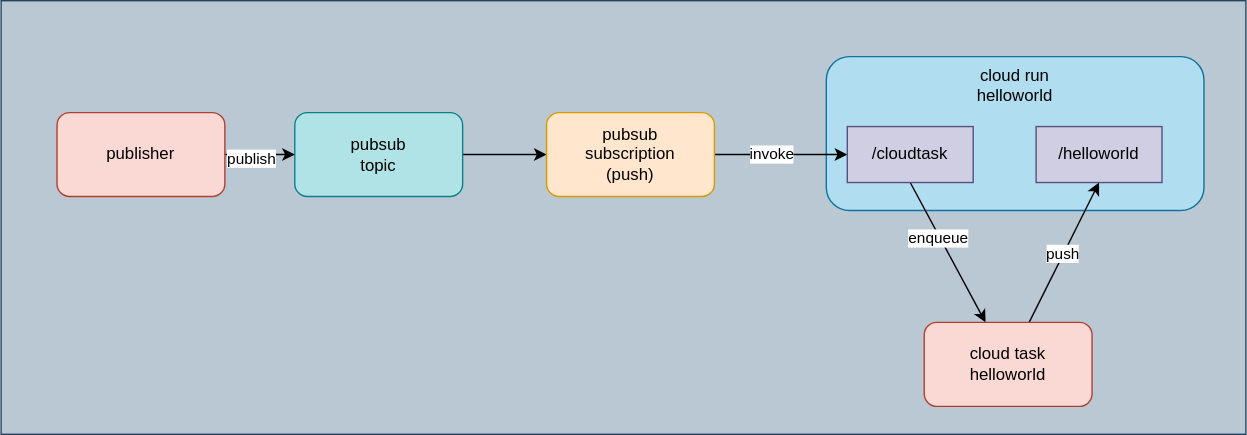
Before: integrated-examples/trace/diagram.drawio.svg, a diagram exported from draw.io (nakamasato/golang-training). Source tidied: cells renumbered, new cells last; positions are measured from the earlier drawing's top-left corner, leaving out a move shared by most shapes.
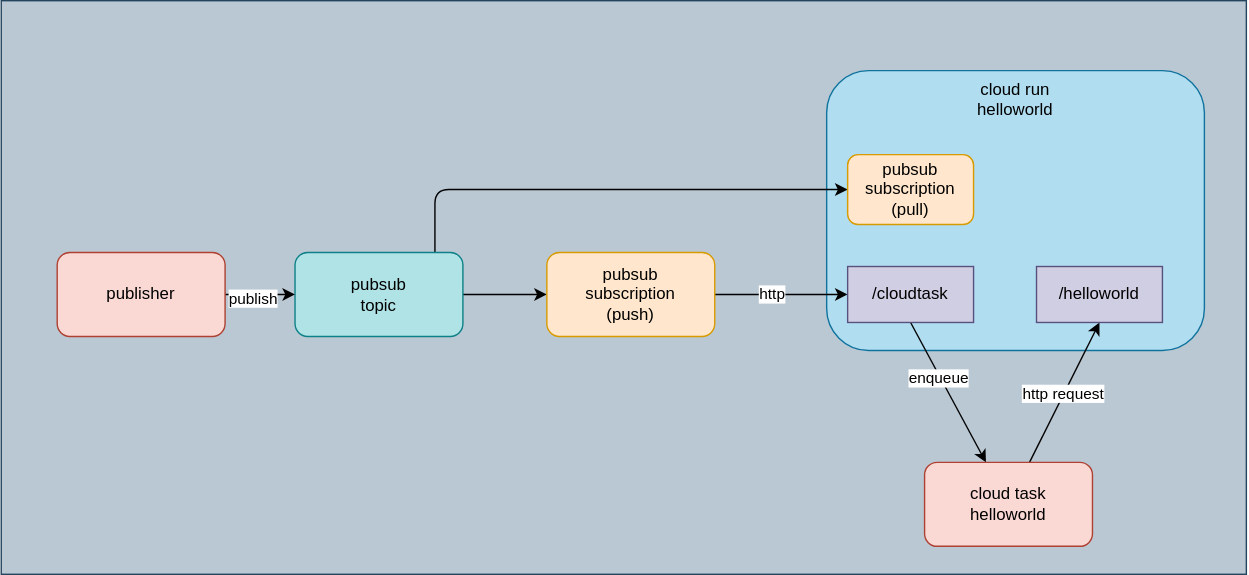
Later version of the same file.

Change to the diagram source:
```diff
@@ -3,21 +3,28 @@
     <mxCell id="0" />
     <mxCell id="1" parent="0" />
     <mxCell id="2" style="rounded=0;whiteSpace=wrap;html=1;fillColor=#bac8d3;strokeColor=#23445d;" parent="1" vertex="1">
-      <mxGeometry width="890" height="310" as="geometry" />
+      <mxGeometry y="-100" width="890" height="410" as="geometry" />
     </mxCell>
     <mxCell id="3" value="cloud run&lt;br&gt;helloworld" style="rounded=1;whiteSpace=wrap;html=1;verticalAlign=top;fillColor=#b1ddf0;strokeColor=#10739e;" parent="1" vertex="1">
-      <mxGeometry x="590" y="40" width="270" height="110" as="geometry" />
+      <mxGeometry x="590" y="-50" width="270" height="200" as="geometry" />
     </mxCell>
     <mxCell id="4" style="edgeStyle=none;html=1;" parent="1" edge="1" source="5" target="8">
       <mxGeometry relative="1" as="geometry" />
     </mxCell>
+    <mxCell id="19" style="edgeStyle=orthogonalEdgeStyle;html=1;entryX=0;entryY=0.5;entryDx=0;entryDy=0;" parent="1" edge="1" source="5" target="20">
+      <mxGeometry relative="1" as="geometry">
+        <Array as="points">
+          <mxPoint x="310" y="35" />
+        </Array>
+      </mxGeometry>
+    </mxCell>
     <mxCell id="5" value="pubsub&lt;br&gt;topic" style="rounded=1;whiteSpace=wrap;html=1;fillColor=#b0e3e6;strokeColor=#0e8088;" parent="1" vertex="1">
       <mxGeometry x="210" y="80" width="120" height="60" as="geometry" />
     </mxCell>
     <mxCell id="6" style="edgeStyle=none;html=1;entryX=0;entryY=0.5;entryDx=0;entryDy=0;" parent="1" edge="1" source="8" target="14">
       <mxGeometry relative="1" as="geometry" />
     </mxCell>
-    <mxCell id="7" value="invoke" style="edgeLabel;html=1;align=center;verticalAlign=middle;" parent="6" vertex="1">
+    <mxCell id="7" value="http" style="edgeLabel;html=1;align=center;verticalAlign=middle;" parent="6" vertex="1">
       <mxGeometry x="-0.14" relative="1" as="geometry" />
     </mxCell>
     <mxCell id="8" value="pubsub&lt;br&gt;subscription&lt;br&gt;(push)" style="rounded=1;whiteSpace=wrap;html=1;fillColor=#ffe6cc;strokeColor=#d79b00;" parent="1" vertex="1">
@@ -32,7 +39,7 @@
     <mxCell id="11" style="edgeStyle=none;html=1;entryX=0.5;entryY=1;entryDx=0;entryDy=0;" parent="1" edge="1" source="13" target="15">
       <mxGeometry relative="1" as="geometry" />
     </mxCell>
-    <mxCell id="12" value="push" style="edgeLabel;html=1;align=center;verticalAlign=middle;" parent="11" vertex="1">
+    <mxCell id="12" value="http request" style="edgeLabel;html=1;align=center;verticalAlign=middle;" parent="11" vertex="1">
       <mxGeometry x="-0.02" y="1" relative="1" as="geometry" />
     </mxCell>
     <mxCell id="13" value="cloud task&lt;br&gt;helloworld" style="rounded=1;whiteSpace=wrap;html=1;fillColor=#fad9d5;strokeColor=#ae4132;" parent="1" vertex="1">
@@ -53,5 +60,8 @@
     <mxCell id="18" value="publisher" style="rounded=1;whiteSpace=wrap;html=1;fillColor=#fad9d5;strokeColor=#ae4132;" parent="1" vertex="1">
       <mxGeometry x="40" y="80" width="120" height="60" as="geometry" />
     </mxCell>
+    <mxCell id="20" value="pubsub&lt;br&gt;subscription&lt;br&gt;(pull)" style="rounded=1;whiteSpace=wrap;html=1;fillColor=#ffe6cc;strokeColor=#d79b00;" parent="1" vertex="1">
+      <mxGeometry x="605" y="10" width="90" height="50" as="geometry" />
+    </mxCell>
   </root>
 </mxGraphModel>
```
